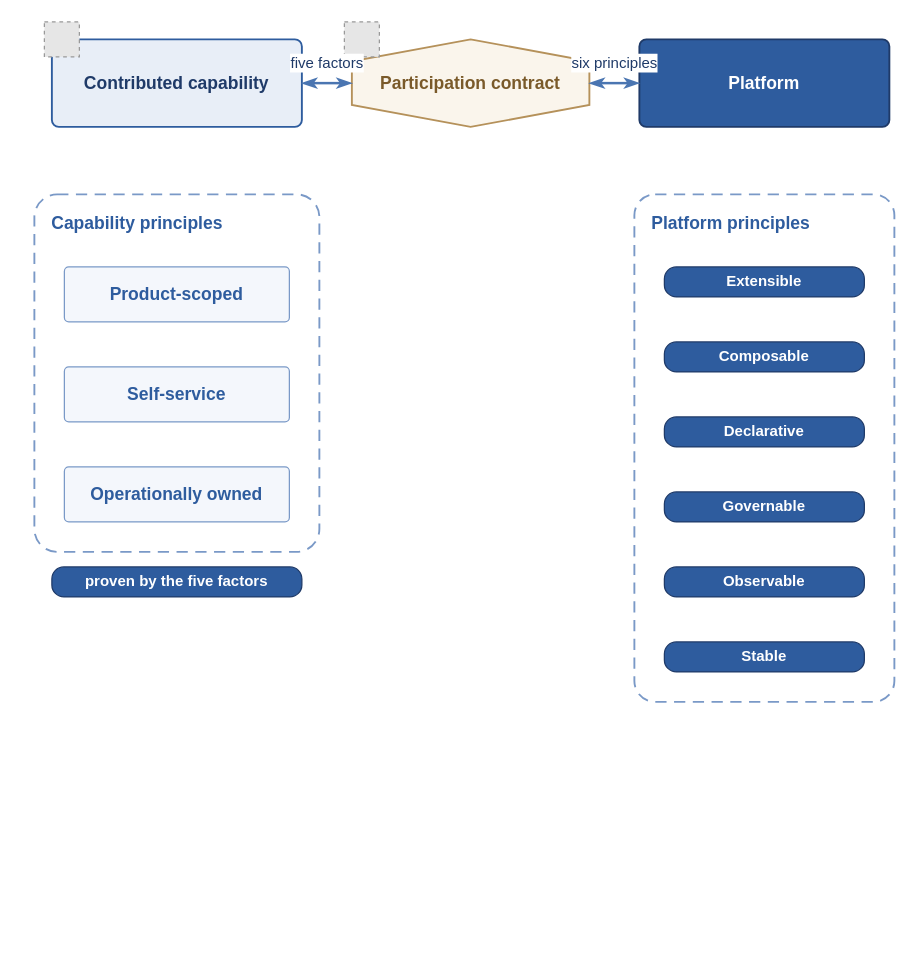
Earlier version of the draw.io diagram diagrams/participation-contract.drawio (missBerg/platform-capabilities). Source tidied: cells renumbered, new cells numbered last; positions are measured from the earlier drawing's top-left corner, leaving out a move shared by most shapes. Both pictures are drawn from the tidied source at 125%, with x=0, y=0 at pixel (34, 21). Pictures stored in the file or linked from it are replaced by grey dashed boxes.
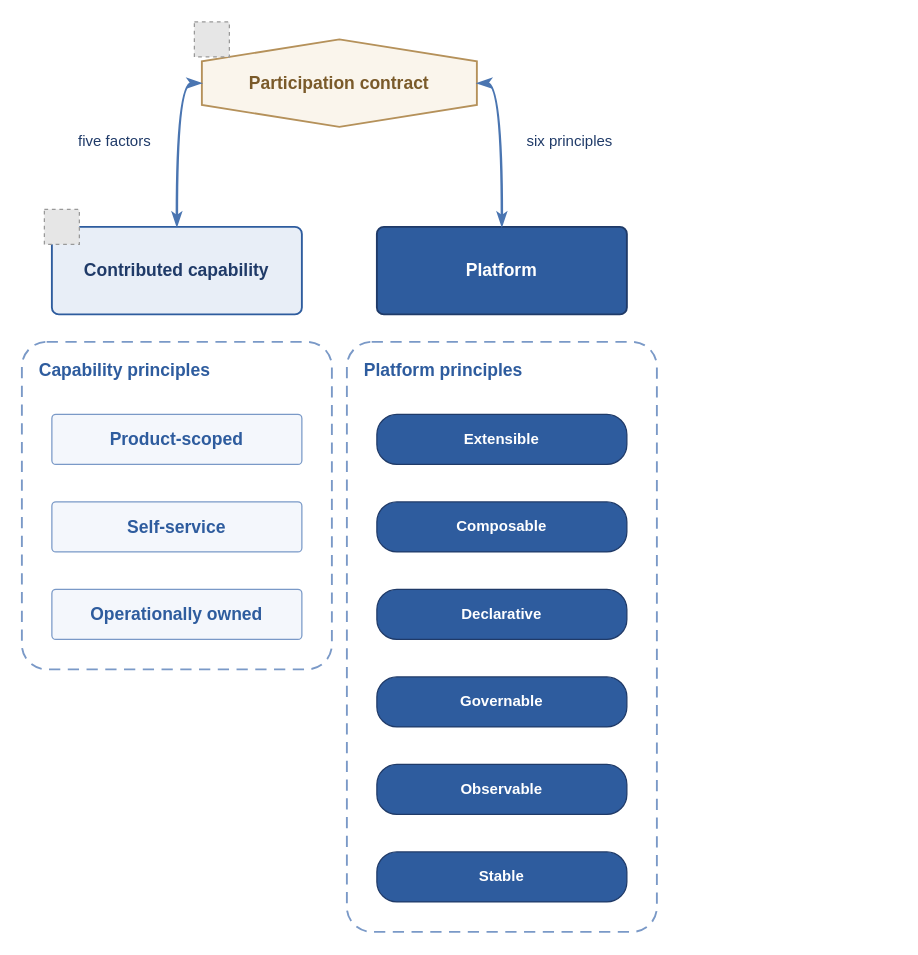
After the change.

Diff of the diagram source:
```diff
@@
     <mxCell id="2" value="&lt;b&gt;Capability principles&lt;/b&gt;" style="rounded=1;whiteSpace=wrap;html=1;arcSize=8;fillColor=none;strokeColor=#7A99C7;strokeWidth=1.5;fontColor=#2E5C9E;fontFamily=Helvetica;fontSize=14;align=left;verticalAlign=top;dashed=1;dashPattern=6 4;spacingLeft=12;spacingTop=8;shadow=0;" parent="1" vertex="1">
-      <mxGeometry y="138" width="228" height="286" as="geometry" />
+      <mxGeometry x="-10" y="256" width="248" height="262" as="geometry" />
     </mxCell>
     <mxCell id="3" value="&lt;b&gt;Platform principles&lt;/b&gt;" style="rounded=1;whiteSpace=wrap;html=1;arcSize=8;fillColor=none;strokeColor=#7A99C7;strokeWidth=1.5;fontColor=#2E5C9E;fontFamily=Helvetica;fontSize=14;align=left;verticalAlign=top;dashed=1;dashPattern=6 4;spacingLeft=12;spacingTop=8;shadow=0;" parent="1" vertex="1">
-      <mxGeometry x="480" y="138" width="208" height="406" as="geometry" />
+      <mxGeometry x="250" y="256" width="248" height="472" as="geometry" />
     </mxCell>
+    <mxCell id="10" value="&lt;b&gt;Participation contract&lt;/b&gt;" style="shape=hexagon;perimeter=hexagonPerimeter2;direction=north;whiteSpace=wrap;html=1;fillColor=#FAF5EC;strokeColor=#B5915A;strokeWidth=1.5;fontColor=#7A5A2A;fontFamily=Helvetica;fontSize=14;align=center;verticalAlign=middle;shadow=0;" parent="1" vertex="1">
+      <mxGeometry x="134" y="14" width="220" height="70" as="geometry" />
+    </mxCell>
+    <mxCell id="11" style="fillColor=#E6E6E6;strokeColor=#999999;dashed=1;verticalLabelPosition=bottom;verticalAlign=top;align=center;fontFamily=Helvetica;fontSize=14;fontColor=#1F3A68;" parent="1" vertex="1">
+      <mxGeometry x="128" width="28" height="28" as="geometry" />
+    </mxCell>
     <mxCell id="4" value="&lt;b&gt;Contributed capability&lt;/b&gt;" style="rounded=1;whiteSpace=wrap;html=1;arcSize=8;fillColor=#E8EEF7;strokeColor=#2E5C9E;strokeWidth=1.5;fontColor=#1F3A68;fontFamily=Helvetica;fontSize=14;align=center;verticalAlign=middle;shadow=0;" parent="1" vertex="1">
-      <mxGeometry x="14" y="14" width="200" height="70" as="geometry" />
+      <mxGeometry x="14" y="164" width="200" height="70" as="geometry" />
     </mxCell>
     <mxCell id="5" style="fillColor=#E6E6E6;strokeColor=#999999;dashed=1;verticalLabelPosition=bottom;verticalAlign=top;align=center;fontFamily=Helvetica;fontSize=14;fontColor=#1F3A68;" parent="1" vertex="1">
-      <mxGeometry x="8" width="28" height="28" as="geometry" />
+      <mxGeometry x="8" y="150" width="28" height="28" as="geometry" />
     </mxCell>
+    <mxCell id="12" value="&lt;b&gt;Platform&lt;/b&gt;" style="rounded=1;whiteSpace=wrap;html=1;arcSize=8;fillColor=#2E5C9E;strokeColor=#1F3A68;strokeWidth=1.5;fontColor=#FFFFFF;fontFamily=Helvetica;fontSize=14;align=center;verticalAlign=middle;shadow=0;" parent="1" vertex="1">
+      <mxGeometry x="274" y="164" width="200" height="70" as="geometry" />
+    </mxCell>
     <mxCell id="6" value="&lt;b&gt;Product-scoped&lt;/b&gt;" style="rounded=1;whiteSpace=wrap;html=1;arcSize=8;fillColor=#F4F7FC;strokeColor=#7A99C7;strokeWidth=1;fontColor=#2E5C9E;fontFamily=Helvetica;fontSize=14;align=center;verticalAlign=middle;shadow=0;" parent="1" vertex="1">
-      <mxGeometry x="24" y="196" width="180" height="44" as="geometry" />
+      <mxGeometry x="14" y="314" width="200" height="40" as="geometry" />
     </mxCell>
+    <mxCell id="13" value="Extensible" style="rounded=1;whiteSpace=wrap;html=1;arcSize=40;fillColor=#2E5C9E;strokeColor=#1F3A68;strokeWidth=1;fontColor=#FFFFFF;fontFamily=Helvetica;fontSize=12;fontStyle=1;align=center;verticalAlign=middle;shadow=0;" parent="1" vertex="1">
+      <mxGeometry x="274" y="314" width="200" height="40" as="geometry" />
+    </mxCell>
     <mxCell id="7" value="&lt;b&gt;Self-service&lt;/b&gt;" style="rounded=1;whiteSpace=wrap;html=1;arcSize=8;fillColor=#F4F7FC;strokeColor=#7A99C7;strokeWidth=1;fontColor=#2E5C9E;fontFamily=Helvetica;fontSize=14;align=center;verticalAlign=middle;shadow=0;" parent="1" vertex="1">
-      <mxGeometry x="24" y="276" width="180" height="44" as="geometry" />
+      <mxGeometry x="14" y="384" width="200" height="40" as="geometry" />
     </mxCell>
+    <mxCell id="14" value="Composable" style="rounded=1;whiteSpace=wrap;html=1;arcSize=40;fillColor=#2E5C9E;strokeColor=#1F3A68;strokeWidth=1;fontColor=#FFFFFF;fontFamily=Helvetica;fontSize=12;fontStyle=1;align=center;verticalAlign=middle;shadow=0;" parent="1" vertex="1">
+      <mxGeometry x="274" y="384" width="200" height="40" as="geometry" />
+    </mxCell>
     <mxCell id="8" value="&lt;b&gt;Operationally owned&lt;/b&gt;" style="rounded=1;whiteSpace=wrap;html=1;arcSize=8;fillColor=#F4F7FC;strokeColor=#7A99C7;strokeWidth=1;fontColor=#2E5C9E;fontFamily=Helvetica;fontSize=14;align=center;verticalAlign=middle;shadow=0;" parent="1" vertex="1">
-      <mxGeometry x="24" y="356" width="180" height="44" as="geometry" />
+      <mxGeometry x="14" y="454" width="200" height="40" as="geometry" />
     </mxCell>
-    <mxCell id="9" value="proven by the five factors" style="rounded=1;whiteSpace=wrap;html=1;arcSize=40;fillColor=#2E5C9E;strokeColor=#1F3A68;strokeWidth=1;fontColor=#FFFFFF;fontFamily=Helvetica;fontSize=12;fontStyle=1;align=center;verticalAlign=middle;shadow=0;" parent="1" vertex="1">
-      <mxGeometry x="14" y="436" width="200" height="24" as="geometry" />
-    </mxCell>
-    <mxCell id="10" value="&lt;b&gt;Participation contract&lt;/b&gt;" style="shape=hexagon;perimeter=hexagonPerimeter2;direction=north;whiteSpace=wrap;html=1;fillColor=#FAF5EC;strokeColor=#B5915A;strokeWidth=1.5;fontColor=#7A5A2A;fontFamily=Helvetica;fontSize=14;align=center;verticalAlign=middle;shadow=0;" parent="1" vertex="1">
-      <mxGeometry x="254" y="14" width="190" height="70" as="geometry" />
-    </mxCell>
-    <mxCell id="11" style="fillColor=#E6E6E6;strokeColor=#999999;dashed=1;verticalLabelPosition=bottom;verticalAlign=top;align=center;fontFamily=Helvetica;fontSize=14;fontColor=#1F3A68;" parent="1" vertex="1">
-      <mxGeometry x="248" width="28" height="28" as="geometry" />
-    </mxCell>
-    <mxCell id="12" value="&lt;b&gt;Platform&lt;/b&gt;" style="rounded=1;whiteSpace=wrap;html=1;arcSize=8;fillColor=#2E5C9E;strokeColor=#1F3A68;strokeWidth=1.5;fontColor=#FFFFFF;fontFamily=Helvetica;fontSize=14;align=center;verticalAlign=middle;shadow=0;" parent="1" vertex="1">
-      <mxGeometry x="484" y="14" width="200" height="70" as="geometry" />
-    </mxCell>
-    <mxCell id="13" value="Extensible" style="rounded=1;whiteSpace=wrap;html=1;arcSize=40;fillColor=#2E5C9E;strokeColor=#1F3A68;strokeWidth=1;fontColor=#FFFFFF;fontFamily=Helvetica;fontSize=12;fontStyle=1;align=center;verticalAlign=middle;shadow=0;" parent="1" vertex="1">
-      <mxGeometry x="504" y="196" width="160" height="24" as="geometry" />
-    </mxCell>
-    <mxCell id="14" value="Composable" style="rounded=1;whiteSpace=wrap;html=1;arcSize=40;fillColor=#2E5C9E;strokeColor=#1F3A68;strokeWidth=1;fontColor=#FFFFFF;fontFamily=Helvetica;fontSize=12;fontStyle=1;align=center;verticalAlign=middle;shadow=0;" parent="1" vertex="1">
-      <mxGeometry x="504" y="256" width="160" height="24" as="geometry" />
-    </mxCell>
     <mxCell id="15" value="Declarative" style="rounded=1;whiteSpace=wrap;html=1;arcSize=40;fillColor=#2E5C9E;strokeColor=#1F3A68;strokeWidth=1;fontColor=#FFFFFF;fontFamily=Helvetica;fontSize=12;fontStyle=1;align=center;verticalAlign=middle;shadow=0;" parent="1" vertex="1">
-      <mxGeometry x="504" y="316" width="160" height="24" as="geometry" />
+      <mxGeometry x="274" y="454" width="200" height="40" as="geometry" />
     </mxCell>
     <mxCell id="16" value="Governable" style="rounded=1;whiteSpace=wrap;html=1;arcSize=40;fillColor=#2E5C9E;strokeColor=#1F3A68;strokeWidth=1;fontColor=#FFFFFF;fontFamily=Helvetica;fontSize=12;fontStyle=1;align=center;verticalAlign=middle;shadow=0;" parent="1" vertex="1">
-      <mxGeometry x="504" y="376" width="160" height="24" as="geometry" />
+      <mxGeometry x="274" y="524" width="200" height="40" as="geometry" />
     </mxCell>
     <mxCell id="17" value="Observable" style="rounded=1;whiteSpace=wrap;html=1;arcSize=40;fillColor=#2E5C9E;strokeColor=#1F3A68;strokeWidth=1;fontColor=#FFFFFF;fontFamily=Helvetica;fontSize=12;fontStyle=1;align=center;verticalAlign=middle;shadow=0;" parent="1" vertex="1">
-      <mxGeometry x="504" y="436" width="160" height="24" as="geometry" />
+      <mxGeometry x="274" y="594" width="200" height="40" as="geometry" />
     </mxCell>
     <mxCell id="18" value="Stable" style="rounded=1;whiteSpace=wrap;html=1;arcSize=40;fillColor=#2E5C9E;strokeColor=#1F3A68;strokeWidth=1;fontColor=#FFFFFF;fontFamily=Helvetica;fontSize=12;fontStyle=1;align=center;verticalAlign=middle;shadow=0;" parent="1" vertex="1">
-      <mxGeometry x="504" y="496" width="160" height="24" as="geometry" />
+      <mxGeometry x="274" y="664" width="200" height="40" as="geometry" />
     </mxCell>
-    <mxCell id="19" value="five factors" style="edgeStyle=orthogonalEdgeStyle;endArrow=classicThin;startArrow=classicThin;html=1;rounded=0;strokeColor=#4A75B1;strokeWidth=2;fontColor=#1F3A68;fontFamily=Helvetica;fontSize=12;curved=1;" parent="1" edge="1" source="4" target="10">
+    <mxCell id="19" value="five factors" style="edgeStyle=orthogonalEdgeStyle;endArrow=classicThin;startArrow=classicThin;html=1;rounded=0;strokeColor=#4A75B1;strokeWidth=2;fontColor=#1F3A68;fontFamily=Helvetica;fontSize=12;curved=1;exitX=0.5;exitY=0;exitDx=0;exitDy=0;entryX=0.5;entryY=0;entryDx=0;entryDy=0;" parent="1" edge="1" source="4" target="10">
       <mxGeometry relative="1" as="geometry">
-        <mxPoint y="-16" as="offset" />
+        <mxPoint x="-50" as="offset" />
       </mxGeometry>
     </mxCell>
-    <mxCell id="20" value="six principles" style="edgeStyle=orthogonalEdgeStyle;endArrow=classicThin;startArrow=classicThin;html=1;rounded=0;strokeColor=#4A75B1;strokeWidth=2;fontColor=#1F3A68;fontFamily=Helvetica;fontSize=12;curved=1;" parent="1" edge="1" source="12" target="10">
+    <mxCell id="20" value="six principles" style="edgeStyle=orthogonalEdgeStyle;endArrow=classicThin;startArrow=classicThin;html=1;rounded=0;strokeColor=#4A75B1;strokeWidth=2;fontColor=#1F3A68;fontFamily=Helvetica;fontSize=12;curved=1;exitX=0.5;exitY=0;exitDx=0;exitDy=0;entryX=0.5;entryY=1;entryDx=0;entryDy=0;" parent="1" edge="1" source="12" target="10">
       <mxGeometry relative="1" as="geometry">
-        <mxPoint y="-16" as="offset" />
+        <mxPoint x="54" as="offset" />
       </mxGeometry>
     </mxCell>
```
